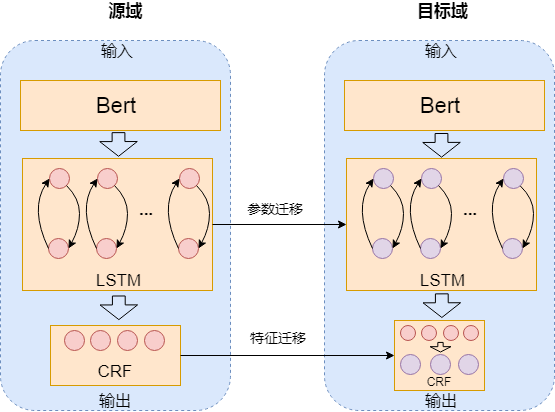
Above: transfer_learning-CN.png in yhx123hero/CyberspaceSecurity_NER (draw.io), before the change. Source tidied: cells renumbered, new cells last; positions are measured from the earlier drawing's top-left corner, leaving out a move shared by most shapes.
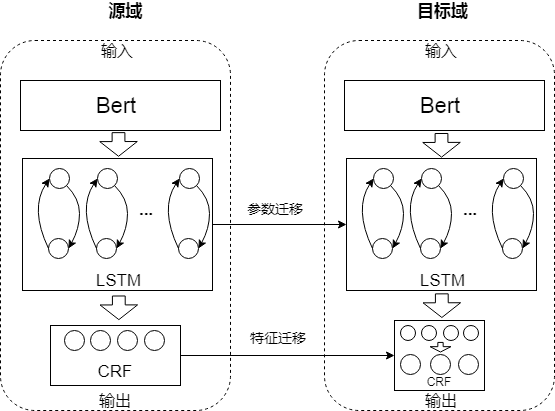
The same diagram one commit later.

What changed in the source:
```diff
@@ -2,22 +2,22 @@
   <root>
     <mxCell id="0" />
     <mxCell id="1" parent="0" />
-    <mxCell id="2" style="rounded=1;whiteSpace=wrap;html=1;dashed=1;fillColor=#dae8fc;glass=0;shadow=0;strokeColor=#6c8ebf;" parent="1" vertex="1">
+    <mxCell id="2" style="rounded=1;whiteSpace=wrap;html=1;dashed=1;glass=0;shadow=0;" parent="1" vertex="1">
       <mxGeometry y="40" width="230" height="370" as="geometry" />
     </mxCell>
-    <mxCell id="3" style="rounded=0;whiteSpace=wrap;html=1;shadow=0;glass=0;fillColor=#ffe6cc;strokeColor=#d79b00;" parent="1" vertex="1">
+    <mxCell id="3" style="rounded=0;whiteSpace=wrap;html=1;shadow=0;glass=0;" parent="1" vertex="1">
       <mxGeometry x="20" y="80" width="200" height="50" as="geometry" />
     </mxCell>
-    <mxCell id="4" style="rounded=0;whiteSpace=wrap;html=1;shadow=0;glass=0;fillColor=#ffe6cc;strokeColor=#d79b00;" parent="1" vertex="1">
+    <mxCell id="4" style="rounded=0;whiteSpace=wrap;html=1;shadow=0;glass=0;" parent="1" vertex="1">
       <mxGeometry x="22" y="158" width="190" height="132" as="geometry" />
     </mxCell>
-    <mxCell id="5" style="rounded=0;whiteSpace=wrap;html=1;shadow=0;glass=0;fillColor=#ffe6cc;strokeColor=#d79b00;" parent="1" vertex="1">
+    <mxCell id="5" style="rounded=0;whiteSpace=wrap;html=1;shadow=0;glass=0;" parent="1" vertex="1">
       <mxGeometry x="50" y="325" width="130" height="60" as="geometry" />
     </mxCell>
-    <mxCell id="6" style="ellipse;whiteSpace=wrap;html=1;rounded=1;shadow=0;glass=0;fillColor=#f8cecc;strokeColor=#b85450;fontSize=8;" parent="1" vertex="1">
+    <mxCell id="6" style="ellipse;whiteSpace=wrap;html=1;rounded=1;shadow=0;glass=0;fontSize=8;" parent="1" vertex="1">
       <mxGeometry x="49" y="168" width="20" height="20" as="geometry" />
     </mxCell>
-    <mxCell id="7" style="ellipse;whiteSpace=wrap;html=1;rounded=1;shadow=0;glass=0;fillColor=#f8cecc;strokeColor=#b85450;" parent="1" vertex="1">
+    <mxCell id="7" style="ellipse;whiteSpace=wrap;html=1;rounded=1;shadow=0;glass=0;" parent="1" vertex="1">
       <mxGeometry x="48" y="238" width="20" height="20" as="geometry" />
     </mxCell>
     <mxCell id="8" style="curved=1;endArrow=classic;html=1;entryX=0;entryY=0.5;entryDx=0;entryDy=0;exitX=0;exitY=0.5;exitDx=0;exitDy=0;" parent="1" edge="1" source="7" target="6">
@@ -35,10 +35,10 @@
         </Array>
       </mxGeometry>
     </mxCell>
-    <mxCell id="10" style="ellipse;whiteSpace=wrap;html=1;rounded=1;shadow=0;glass=0;fillColor=#f8cecc;strokeColor=#b85450;" parent="1" vertex="1">
+    <mxCell id="10" style="ellipse;whiteSpace=wrap;html=1;rounded=1;shadow=0;glass=0;" parent="1" vertex="1">
       <mxGeometry x="97" y="168" width="20" height="20" as="geometry" />
     </mxCell>
-    <mxCell id="11" style="ellipse;whiteSpace=wrap;html=1;rounded=1;shadow=0;glass=0;fillColor=#f8cecc;strokeColor=#b85450;" parent="1" vertex="1">
+    <mxCell id="11" style="ellipse;whiteSpace=wrap;html=1;rounded=1;shadow=0;glass=0;" parent="1" vertex="1">
       <mxGeometry x="96" y="238" width="20" height="20" as="geometry" />
     </mxCell>
     <mxCell id="12" style="curved=1;endArrow=classic;html=1;entryX=0;entryY=0.5;entryDx=0;entryDy=0;exitX=0;exitY=0.5;exitDx=0;exitDy=0;" parent="1" edge="1" source="11" target="10">
@@ -56,10 +56,10 @@
         </Array>
       </mxGeometry>
     </mxCell>
-    <mxCell id="14" style="ellipse;whiteSpace=wrap;html=1;rounded=1;shadow=0;glass=0;fillColor=#f8cecc;strokeColor=#b85450;" parent="1" vertex="1">
+    <mxCell id="14" style="ellipse;whiteSpace=wrap;html=1;rounded=1;shadow=0;glass=0;" parent="1" vertex="1">
       <mxGeometry x="179" y="168" width="20" height="20" as="geometry" />
     </mxCell>
-    <mxCell id="15" style="ellipse;whiteSpace=wrap;html=1;rounded=1;shadow=0;glass=0;fillColor=#f8cecc;strokeColor=#b85450;" parent="1" vertex="1">
+    <mxCell id="15" style="ellipse;whiteSpace=wrap;html=1;rounded=1;shadow=0;glass=0;" parent="1" vertex="1">
       <mxGeometry x="178" y="238" width="20" height="20" as="geometry" />
     </mxCell>
     <mxCell id="16" style="curved=1;endArrow=classic;html=1;entryX=0;entryY=0.5;entryDx=0;entryDy=0;exitX=0;exitY=0.5;exitDx=0;exitDy=0;" parent="1" edge="1" source="15" target="14">
@@ -77,34 +77,34 @@
         </Array>
       </mxGeometry>
     </mxCell>
-    <mxCell id="18" value="..." style="text;html=1;strokeColor=none;fillColor=none;align=center;verticalAlign=middle;whiteSpace=wrap;rounded=0;shadow=0;glass=0;strokeWidth=2;fontSize=17;fontStyle=1;" parent="1" vertex="1">
+    <mxCell id="18" value="..." style="text;html=1;align=center;verticalAlign=middle;whiteSpace=wrap;rounded=0;shadow=0;glass=0;strokeWidth=2;fontSize=17;fontStyle=1;" parent="1" vertex="1">
       <mxGeometry x="131" y="198" width="30" height="22" as="geometry" />
     </mxCell>
-    <mxCell id="19" value="LSTM" style="text;html=1;strokeColor=none;fillColor=none;align=center;verticalAlign=middle;whiteSpace=wrap;rounded=0;shadow=0;glass=0;fontSize=17;" parent="1" vertex="1">
+    <mxCell id="19" value="LSTM" style="text;html=1;align=center;verticalAlign=middle;whiteSpace=wrap;rounded=0;shadow=0;glass=0;fontSize=17;" parent="1" vertex="1">
       <mxGeometry x="97" y="270" width="43" height="20" as="geometry" />
     </mxCell>
-    <mxCell id="20" value="CRF" style="text;html=1;strokeColor=none;fillColor=none;align=center;verticalAlign=middle;whiteSpace=wrap;rounded=0;shadow=0;glass=0;fontSize=17;" parent="1" vertex="1">
+    <mxCell id="20" value="CRF" style="text;html=1;align=center;verticalAlign=middle;whiteSpace=wrap;rounded=0;shadow=0;glass=0;fontSize=17;" parent="1" vertex="1">
       <mxGeometry x="95" y="361" width="40" height="20" as="geometry" />
     </mxCell>
-    <mxCell id="21" value="Bert" style="text;html=1;strokeColor=none;fillColor=none;align=center;verticalAlign=middle;whiteSpace=wrap;rounded=0;shadow=0;glass=0;fontSize=22;" parent="1" vertex="1">
+    <mxCell id="21" value="Bert" style="text;html=1;align=center;verticalAlign=middle;whiteSpace=wrap;rounded=0;shadow=0;glass=0;fontSize=22;" parent="1" vertex="1">
       <mxGeometry x="96" y="95" width="40" height="20" as="geometry" />
     </mxCell>
-    <mxCell id="22" style="rounded=1;whiteSpace=wrap;html=1;dashed=1;fillColor=#dae8fc;glass=0;shadow=0;strokeColor=#6c8ebf;" parent="1" vertex="1">
+    <mxCell id="22" style="rounded=1;whiteSpace=wrap;html=1;dashed=1;glass=0;shadow=0;" parent="1" vertex="1">
       <mxGeometry x="324" y="40" width="230" height="370" as="geometry" />
     </mxCell>
-    <mxCell id="23" style="rounded=0;whiteSpace=wrap;html=1;shadow=0;glass=0;fillColor=#ffe6cc;strokeColor=#d79b00;" parent="1" vertex="1">
+    <mxCell id="23" style="rounded=0;whiteSpace=wrap;html=1;shadow=0;glass=0;" parent="1" vertex="1">
       <mxGeometry x="344" y="80" width="200" height="50" as="geometry" />
     </mxCell>
-    <mxCell id="24" style="rounded=0;whiteSpace=wrap;html=1;shadow=0;glass=0;fillColor=#ffe6cc;strokeColor=#d79b00;" parent="1" vertex="1">
+    <mxCell id="24" style="rounded=0;whiteSpace=wrap;html=1;shadow=0;glass=0;" parent="1" vertex="1">
       <mxGeometry x="346" y="158" width="190" height="132" as="geometry" />
     </mxCell>
-    <mxCell id="25" style="rounded=0;whiteSpace=wrap;html=1;shadow=0;glass=0;fillColor=#ffe6cc;strokeColor=#d79b00;" parent="1" vertex="1">
+    <mxCell id="25" style="rounded=0;whiteSpace=wrap;html=1;shadow=0;glass=0;" parent="1" vertex="1">
       <mxGeometry x="394" y="320" width="90" height="70" as="geometry" />
     </mxCell>
-    <mxCell id="26" style="ellipse;whiteSpace=wrap;html=1;rounded=1;shadow=0;glass=0;fillColor=#e1d5e7;strokeColor=#9673a6;" parent="1" vertex="1">
+    <mxCell id="26" style="ellipse;whiteSpace=wrap;html=1;rounded=1;shadow=0;glass=0;" parent="1" vertex="1">
       <mxGeometry x="373" y="168" width="20" height="20" as="geometry" />
     </mxCell>
-    <mxCell id="27" style="ellipse;whiteSpace=wrap;html=1;rounded=1;shadow=0;glass=0;fillColor=#e1d5e7;strokeColor=#9673a6;" parent="1" vertex="1">
+    <mxCell id="27" style="ellipse;whiteSpace=wrap;html=1;rounded=1;shadow=0;glass=0;" parent="1" vertex="1">
       <mxGeometry x="372" y="238" width="20" height="20" as="geometry" />
     </mxCell>
     <mxCell id="28" style="curved=1;endArrow=classic;html=1;entryX=0;entryY=0.5;entryDx=0;entryDy=0;exitX=0;exitY=0.5;exitDx=0;exitDy=0;" parent="1" edge="1" source="27" target="26">
@@ -122,10 +122,10 @@
         </Array>
       </mxGeometry>
     </mxCell>
-    <mxCell id="30" style="ellipse;whiteSpace=wrap;html=1;rounded=1;shadow=0;glass=0;fillColor=#e1d5e7;strokeColor=#9673a6;" parent="1" vertex="1">
+    <mxCell id="30" style="ellipse;whiteSpace=wrap;html=1;rounded=1;shadow=0;glass=0;" parent="1" vertex="1">
       <mxGeometry x="421" y="168" width="20" height="20" as="geometry" />
     </mxCell>
-    <mxCell id="31" style="ellipse;whiteSpace=wrap;html=1;rounded=1;shadow=0;glass=0;fillColor=#e1d5e7;strokeColor=#9673a6;" parent="1" vertex="1">
+    <mxCell id="31" style="ellipse;whiteSpace=wrap;html=1;rounded=1;shadow=0;glass=0;" parent="1" vertex="1">
       <mxGeometry x="420" y="238" width="20" height="20" as="geometry" />
     </mxCell>
     <mxCell id="32" style="curved=1;endArrow=classic;html=1;entryX=0;entryY=0.5;entryDx=0;entryDy=0;exitX=0;exitY=0.5;exitDx=0;exitDy=0;" parent="1" edge="1" source="31" target="30">
@@ -143,10 +143,10 @@
         </Array>
       </mxGeometry>
     </mxCell>
-    <mxCell id="34" style="ellipse;whiteSpace=wrap;html=1;rounded=1;shadow=0;glass=0;fillColor=#e1d5e7;strokeColor=#9673a6;" parent="1" vertex="1">
+    <mxCell id="34" style="ellipse;whiteSpace=wrap;html=1;rounded=1;shadow=0;glass=0;" parent="1" vertex="1">
       <mxGeometry x="503" y="168" width="20" height="20" as="geometry" />
     </mxCell>
-    <mxCell id="35" style="ellipse;whiteSpace=wrap;html=1;rounded=1;shadow=0;glass=0;fillColor=#e1d5e7;strokeColor=#9673a6;" parent="1" vertex="1">
+    <mxCell id="35" style="ellipse;whiteSpace=wrap;html=1;rounded=1;shadow=0;glass=0;" parent="1" vertex="1">
       <mxGeometry x="502" y="238" width="20" height="20" as="geometry" />
     </mxCell>
     <mxCell id="36" style="curved=1;endArrow=classic;html=1;entryX=0;entryY=0.5;entryDx=0;entryDy=0;exitX=0;exitY=0.5;exitDx=0;exitDy=0;" parent="1" edge="1" source="35" target="34">
@@ -164,16 +164,16 @@
         </Array>
       </mxGeometry>
     </mxCell>
-    <mxCell id="38" value="..." style="text;html=1;strokeColor=none;fillColor=none;align=center;verticalAlign=middle;whiteSpace=wrap;rounded=0;shadow=0;glass=0;strokeWidth=2;fontSize=17;fontStyle=1;" parent="1" vertex="1">
+    <mxCell id="38" value="..." style="text;html=1;align=center;verticalAlign=middle;whiteSpace=wrap;rounded=0;shadow=0;glass=0;strokeWidth=2;fontSize=17;fontStyle=1;" parent="1" vertex="1">
       <mxGeometry x="455" y="198" width="30" height="22" as="geometry" />
     </mxCell>
-    <mxCell id="39" value="LSTM" style="text;html=1;strokeColor=none;fillColor=none;align=center;verticalAlign=middle;whiteSpace=wrap;rounded=0;shadow=0;glass=0;fontSize=17;" parent="1" vertex="1">
+    <mxCell id="39" value="LSTM" style="text;html=1;align=center;verticalAlign=middle;whiteSpace=wrap;rounded=0;shadow=0;glass=0;fontSize=17;" parent="1" vertex="1">
       <mxGeometry x="421" y="270" width="43" height="20" as="geometry" />
     </mxCell>
-    <mxCell id="40" value="CRF" style="text;html=1;strokeColor=none;fillColor=none;align=center;verticalAlign=middle;whiteSpace=wrap;rounded=0;shadow=0;glass=0;fontSize=9;" parent="1" vertex="1">
+    <mxCell id="40" value="CRF" style="text;html=1;align=center;verticalAlign=middle;whiteSpace=wrap;rounded=0;shadow=0;glass=0;fontSize=9;" parent="1" vertex="1">
       <mxGeometry x="419" y="371" width="40" height="20" as="geometry" />
     </mxCell>
-    <mxCell id="41" value="Bert" style="text;html=1;strokeColor=none;fillColor=none;align=center;verticalAlign=middle;whiteSpace=wrap;rounded=0;shadow=0;glass=0;fontSize=22;" parent="1" vertex="1">
+    <mxCell id="41" value="Bert" style="text;html=1;align=center;verticalAlign=middle;whiteSpace=wrap;rounded=0;shadow=0;glass=0;fontSize=22;" parent="1" vertex="1">
       <mxGeometry x="420" y="95" width="40" height="20" as="geometry" />
     </mxCell>
     <mxCell id="42" style="endArrow=classic;html=1;fontSize=22;exitX=1;exitY=0.5;exitDx=0;exitDy=0;entryX=0;entryY=0.5;entryDx=0;entryDy=0;" parent="1" edge="1" source="5" target="25">
@@ -182,10 +182,10 @@
     <mxCell id="43" style="endArrow=classic;html=1;fontSize=22;entryX=0;entryY=0.5;entryDx=0;entryDy=0;exitX=1;exitY=0.5;exitDx=0;exitDy=0;" parent="1" edge="1" source="4" target="24">
       <mxGeometry relative="1" as="geometry" />
     </mxCell>
-    <mxCell id="44" value="特征迁移" style="text;html=1;strokeColor=none;fillColor=none;align=center;verticalAlign=middle;whiteSpace=wrap;rounded=0;shadow=0;glass=0;fontSize=14;" parent="1" vertex="1">
+    <mxCell id="44" value="特征迁移" style="text;html=1;align=center;verticalAlign=middle;whiteSpace=wrap;rounded=0;shadow=0;glass=0;fontSize=14;" parent="1" vertex="1">
       <mxGeometry x="173" y="327" width="210" height="20" as="geometry" />
     </mxCell>
-    <mxCell id="45" value="参数迁移" style="text;html=1;strokeColor=none;fillColor=none;align=center;verticalAlign=middle;whiteSpace=wrap;rounded=0;shadow=0;glass=0;fontSize=14;" parent="1" vertex="1">
+    <mxCell id="45" value="参数迁移" style="text;html=1;align=center;verticalAlign=middle;whiteSpace=wrap;rounded=0;shadow=0;glass=0;fontSize=14;" parent="1" vertex="1">
       <mxGeometry x="225" y="198" width="100" height="20" as="geometry" />
     </mxCell>
     <mxCell id="46" style="shape=flexArrow;endArrow=classic;html=1;fontSize=14;exitX=0.46;exitY=1.033;exitDx=0;exitDy=0;exitPerimeter=0;entryX=0.474;entryY=-0.013;entryDx=0;entryDy=0;entryPerimeter=0;width=12.790697674418606;endSize=4.569767441860465;endWidth=23.747971876690105;" parent="1" edge="1">
@@ -224,43 +224,43 @@
         <mxPoint x="441.4" y="317.5" as="targetPoint" />
       </mxGeometry>
     </mxCell>
-    <mxCell id="54" style="ellipse;whiteSpace=wrap;html=1;rounded=1;shadow=0;glass=0;fillColor=#f8cecc;strokeColor=#b85450;" parent="1" vertex="1">
+    <mxCell id="54" style="ellipse;whiteSpace=wrap;html=1;rounded=1;shadow=0;glass=0;" parent="1" vertex="1">
       <mxGeometry x="64" y="330" width="20" height="20" as="geometry" />
     </mxCell>
-    <mxCell id="55" style="ellipse;whiteSpace=wrap;html=1;rounded=1;shadow=0;glass=0;fillColor=#f8cecc;strokeColor=#b85450;" parent="1" vertex="1">
+    <mxCell id="55" style="ellipse;whiteSpace=wrap;html=1;rounded=1;shadow=0;glass=0;" parent="1" vertex="1">
       <mxGeometry x="90" y="330" width="20" height="20" as="geometry" />
     </mxCell>
-    <mxCell id="56" style="ellipse;whiteSpace=wrap;html=1;rounded=1;shadow=0;glass=0;fillColor=#f8cecc;strokeColor=#b85450;" parent="1" vertex="1">
+    <mxCell id="56" style="ellipse;whiteSpace=wrap;html=1;rounded=1;shadow=0;glass=0;" parent="1" vertex="1">
       <mxGeometry x="117" y="330" width="20" height="20" as="geometry" />
     </mxCell>
-    <mxCell id="57" style="ellipse;whiteSpace=wrap;html=1;rounded=1;shadow=0;glass=0;fillColor=#f8cecc;strokeColor=#b85450;" parent="1" vertex="1">
+    <mxCell id="57" style="ellipse;whiteSpace=wrap;html=1;rounded=1;shadow=0;glass=0;" parent="1" vertex="1">
       <mxGeometry x="144" y="330" width="20" height="20" as="geometry" />
     </mxCell>
-    <mxCell id="58" style="ellipse;whiteSpace=wrap;html=1;rounded=1;shadow=0;glass=0;fillColor=#e1d5e7;strokeColor=#9673a6;" parent="1" vertex="1">
+    <mxCell id="58" style="ellipse;whiteSpace=wrap;html=1;rounded=1;shadow=0;glass=0;" parent="1" vertex="1">
       <mxGeometry x="400" y="354" width="20" height="20" as="geometry" />
     </mxCell>
-    <mxCell id="59" style="ellipse;whiteSpace=wrap;html=1;rounded=1;shadow=0;glass=0;fillColor=#e1d5e7;strokeColor=#9673a6;" parent="1" vertex="1">
+    <mxCell id="59" style="ellipse;whiteSpace=wrap;html=1;rounded=1;shadow=0;glass=0;" parent="1" vertex="1">
       <mxGeometry x="430" y="354" width="20" height="20" as="geometry" />
     </mxCell>
-    <mxCell id="60" style="ellipse;whiteSpace=wrap;html=1;rounded=1;shadow=0;glass=0;fillColor=#e1d5e7;strokeColor=#9673a6;" parent="1" vertex="1">
+    <mxCell id="60" style="ellipse;whiteSpace=wrap;html=1;rounded=1;shadow=0;glass=0;" parent="1" vertex="1">
       <mxGeometry x="458" y="354" width="20" height="20" as="geometry" />
     </mxCell>
-    <mxCell id="61" value="&lt;b&gt;&lt;font style=&quot;font-size: 17px&quot;&gt;源域&lt;/font&gt;&lt;/b&gt;" style="text;html=1;strokeColor=none;fillColor=none;align=center;verticalAlign=middle;whiteSpace=wrap;rounded=0;shadow=0;glass=0;fontSize=4;" parent="1" vertex="1">
+    <mxCell id="61" value="&lt;b&gt;&lt;font style=&quot;font-size: 17px&quot;&gt;源域&lt;/font&gt;&lt;/b&gt;" style="text;html=1;align=center;verticalAlign=middle;whiteSpace=wrap;rounded=0;shadow=0;glass=0;fontSize=4;" parent="1" vertex="1">
       <mxGeometry x="48" width="155" height="20" as="geometry" />
     </mxCell>
-    <mxCell id="62" value="&lt;b&gt;&lt;font style=&quot;font-size: 17px&quot;&gt;目标域&lt;/font&gt;&lt;/b&gt;" style="text;html=1;strokeColor=none;fillColor=none;align=center;verticalAlign=middle;whiteSpace=wrap;rounded=0;shadow=0;glass=0;fontSize=4;" parent="1" vertex="1">
+    <mxCell id="62" value="&lt;b&gt;&lt;font style=&quot;font-size: 17px&quot;&gt;目标域&lt;/font&gt;&lt;/b&gt;" style="text;html=1;align=center;verticalAlign=middle;whiteSpace=wrap;rounded=0;shadow=0;glass=0;fontSize=4;" parent="1" vertex="1">
       <mxGeometry x="365" width="155" height="20" as="geometry" />
     </mxCell>
-    <mxCell id="63" style="ellipse;whiteSpace=wrap;html=1;fontSize=9;fillColor=#f8cecc;strokeColor=#b85450;" parent="1" vertex="1">
+    <mxCell id="63" style="ellipse;whiteSpace=wrap;html=1;fontSize=9;" parent="1" vertex="1">
       <mxGeometry x="400" y="325" width="15" height="15" as="geometry" />
     </mxCell>
-    <mxCell id="64" style="ellipse;whiteSpace=wrap;html=1;fontSize=9;fillColor=#f8cecc;strokeColor=#b85450;" parent="1" vertex="1">
+    <mxCell id="64" style="ellipse;whiteSpace=wrap;html=1;fontSize=9;" parent="1" vertex="1">
       <mxGeometry x="421" y="325" width="15" height="15" as="geometry" />
     </mxCell>
-    <mxCell id="65" style="ellipse;whiteSpace=wrap;html=1;fontSize=9;fillColor=#f8cecc;strokeColor=#b85450;" parent="1" vertex="1">
+    <mxCell id="65" style="ellipse;whiteSpace=wrap;html=1;fontSize=9;" parent="1" vertex="1">
       <mxGeometry x="443" y="325" width="15" height="15" as="geometry" />
     </mxCell>
-    <mxCell id="66" style="ellipse;whiteSpace=wrap;html=1;fontSize=9;fillColor=#f8cecc;strokeColor=#b85450;" parent="1" vertex="1">
+    <mxCell id="66" style="ellipse;whiteSpace=wrap;html=1;fontSize=9;" parent="1" vertex="1">
       <mxGeometry x="463" y="325" width="15" height="15" as="geometry" />
     </mxCell>
     <mxCell id="67" style="shape=flexArrow;endArrow=classic;html=1;fontSize=9;width=5.348837209302326;endSize=1.4465116279069767;endWidth=14.413580246913579;" parent="1" edge="1">
```
